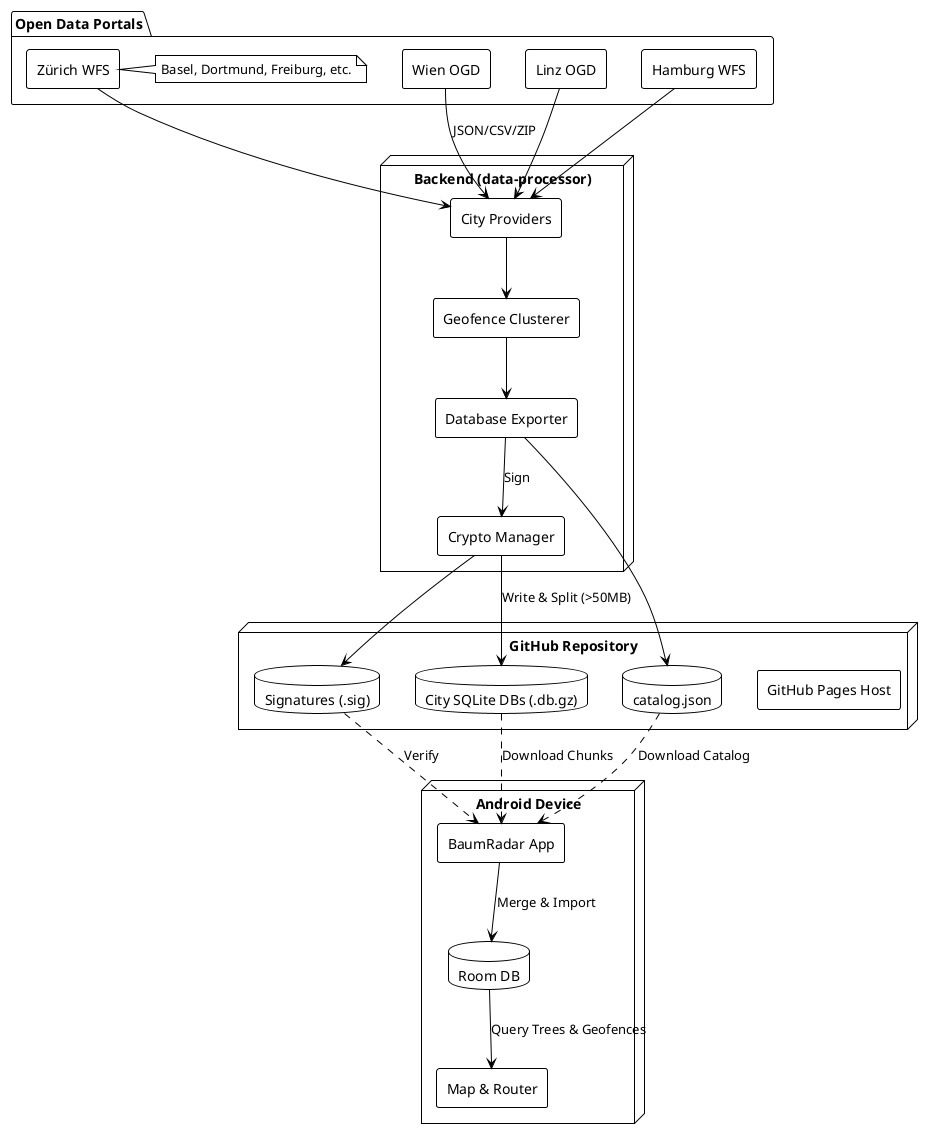
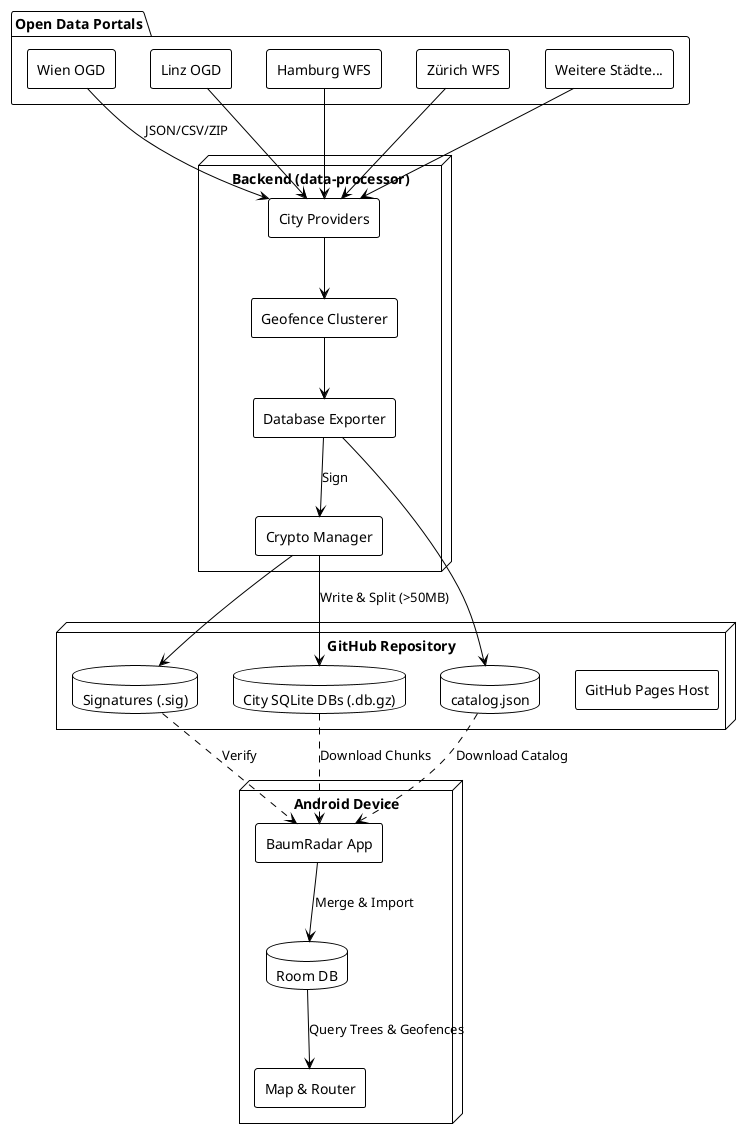
@startuml
!theme plain
skinparam componentStyle rectangle

package "Open Data Portals" {
  [Wien OGD]
  [Linz OGD]
  [Hamburg WFS]
  [Zürich WFS]
-   note right: Basel, Dortmund, Freiburg, etc.
+   [Weitere Städte...]
}

node "Backend (data-processor)" {
  [City Providers]
  [Geofence Clusterer]
  [Database Exporter]
  [Crypto Manager]
}

node "GitHub Repository" {
  [GitHub Pages Host]
  database "catalog.json"
  database "City SQLite DBs (.db.gz)"
  database "Signatures (.sig)"
}

node "Android Device" {
  [BaumRadar App]
  database "Room DB"
  [Map & Router]
}

[Wien OGD] --> [City Providers] : JSON/CSV/ZIP
[Linz OGD] --> [City Providers]
[Hamburg WFS] --> [City Providers]
[Zürich WFS] --> [City Providers]
+ [Weitere Städte...] --> [City Providers]

[City Providers] --> [Geofence Clusterer]
[Geofence Clusterer] --> [Database Exporter]
[Database Exporter] --> [Crypto Manager] : Sign

[Crypto Manager] --> [City SQLite DBs (.db.gz)] : Write & Split (>50MB)
[Crypto Manager] --> [Signatures (.sig)]
[Database Exporter] --> [catalog.json]

[catalog.json] ..> [BaumRadar App] : Download Catalog
[City SQLite DBs (.db.gz)] ..> [BaumRadar App] : Download Chunks
[Signatures (.sig)] ..> [BaumRadar App] : Verify

[BaumRadar App] --> [Room DB] : Merge & Import
[Room DB] --> [Map & Router] : Query Trees & Geofences
@enduml
